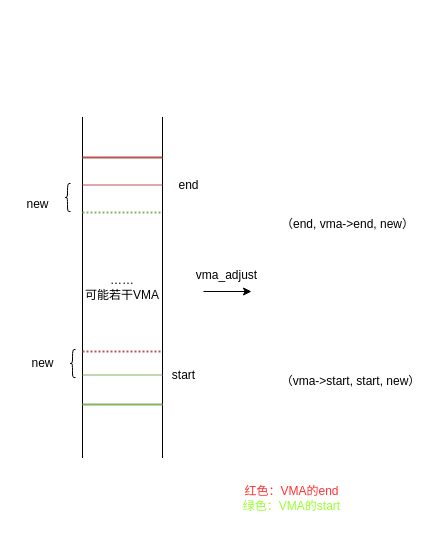
xiong-19/draw.io keeps this draw.io diagram as brk相关.drawio. Above is the earlier version. Source tidied: cells renumbered, new cells numbered last; positions are measured from the earlier drawing's top-left corner, leaving out a move shared by most shapes. Both pictures are drawn from the tidied source at 100%, with x=0, y=0 at pixel (17, 117).
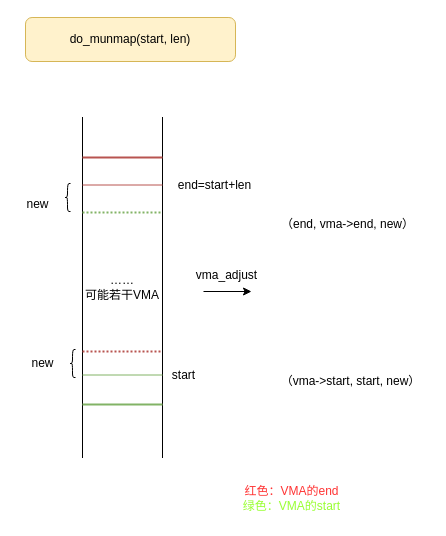
After the change.

Change to the diagram source:
```diff
@@
-    <mxCell id="10" value="end" style="text;html=1;align=center;verticalAlign=middle;strokeColor=none;fillColor=none;" parent="1" vertex="1">
-      <mxGeometry x="152" y="54.5" width="38" height="26" as="geometry" />
+    <mxCell id="10" value="end=start+len" style="text;html=1;align=center;verticalAlign=middle;strokeColor=none;fillColor=none;" parent="1" vertex="1">
+      <mxGeometry x="151" y="54.5" width="91" height="26" as="geometry" />
     </mxCell>
@@
+    <mxCell id="20" value="do_munmap(start, len)" style="rounded=1;whiteSpace=wrap;html=1;fillColor=#fff2cc;strokeColor=#d6b656;" parent="1" vertex="1">
+      <mxGeometry x="8" y="-100" width="210" height="44" as="geometry" />
+    </mxCell>
```
